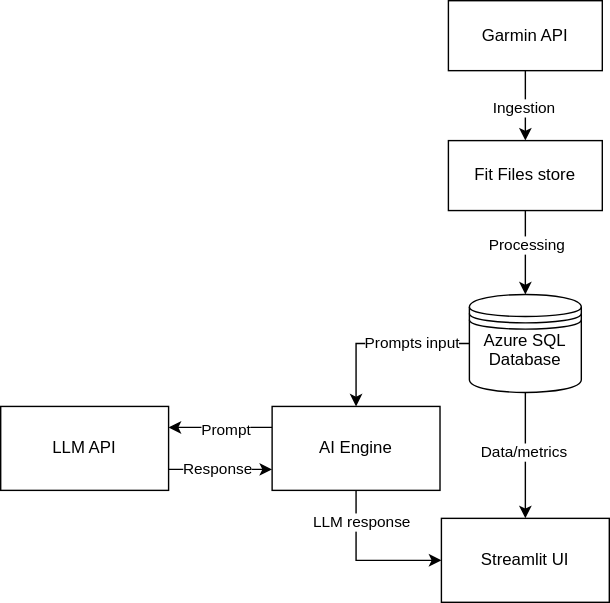
luksza5615/garmin-buddy keeps this draw.io diagram as docs/architecture.drawio.svg. Above is the earlier version. Source tidied: cells renumbered, new cells last; positions are measured from the earlier drawing's top-left corner, leaving out a move shared by most shapes.
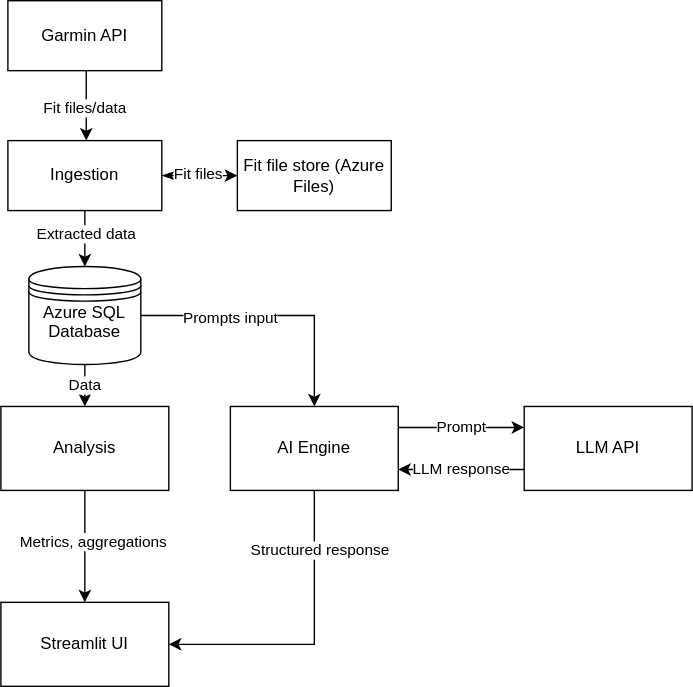
The same file after the commit.

The edit, as a diff of the source:
```diff
@@ -2,69 +2,81 @@
   <root>
     <mxCell id="0" />
     <mxCell id="1" parent="0" />
-    <mxCell id="2" style="edgeStyle=orthogonalEdgeStyle;rounded=0;jettySize=auto;html=1;" parent="1" edge="1" source="4" target="12">
-      <mxGeometry relative="1" as="geometry" />
+    <mxCell id="2" style="edgeStyle=orthogonalEdgeStyle;rounded=0;orthogonalLoop=1;jettySize=auto;html=1;" parent="1" edge="1">
+      <mxGeometry relative="1" as="geometry">
+        <mxPoint x="101" y="50" as="sourcePoint" />
+        <mxPoint x="101" y="100" as="targetPoint" />
+      </mxGeometry>
     </mxCell>
-    <mxCell id="3" value="Ingestion" style="edgeLabel;html=1;align=center;verticalAlign=middle;" parent="2" vertex="1">
+    <mxCell id="3" value="Fit files/data" style="edgeLabel;html=1;align=center;verticalAlign=middle;" parent="2" vertex="1">
       <mxGeometry x="0.04" y="-2" relative="1" as="geometry" />
     </mxCell>
     <mxCell id="4" value="Garmin API" style="html=1;whiteSpace=wrap;" parent="1" vertex="1">
-      <mxGeometry x="320" width="110" height="50" as="geometry" />
+      <mxGeometry x="45" width="110" height="50" as="geometry" />
     </mxCell>
-    <mxCell id="5" style="edgeStyle=orthogonalEdgeStyle;rounded=0;jettySize=auto;html=1;entryX=0.5;entryY=0;entryDx=0;entryDy=0;" parent="1" edge="1" source="9" target="13">
-      <mxGeometry relative="1" as="geometry" />
-    </mxCell>
-    <mxCell id="6" value="Data/metrics" style="edgeLabel;html=1;align=center;verticalAlign=middle;" parent="5" vertex="1">
-      <mxGeometry x="-0.07" y="-2" relative="1" as="geometry" />
-    </mxCell>
     <mxCell id="7" style="edgeStyle=orthogonalEdgeStyle;rounded=0;jettySize=auto;html=1;entryX=0.5;entryY=0;entryDx=0;entryDy=0;" parent="1" edge="1" source="9" target="18">
       <mxGeometry relative="1" as="geometry" />
     </mxCell>
     <mxCell id="8" value="Prompts input" style="edgeLabel;html=1;align=center;verticalAlign=middle;" parent="7" vertex="1">
       <mxGeometry x="-0.33" y="-1" relative="1" as="geometry" />
     </mxCell>
+    <mxCell id="22" value="Data" style="edgeStyle=none;html=1;" parent="1" edge="1" source="9" target="27">
+      <mxGeometry relative="1" as="geometry" />
+    </mxCell>
     <mxCell id="9" value="Azure SQL Database&lt;div&gt;&lt;br&gt;&lt;/div&gt;" style="shape=datastore;whiteSpace=wrap;html=1;" parent="1" vertex="1">
-      <mxGeometry x="335" y="210" width="80" height="70" as="geometry" />
+      <mxGeometry x="60" y="190" width="80" height="70" as="geometry" />
     </mxCell>
     <mxCell id="10" style="edgeStyle=orthogonalEdgeStyle;rounded=0;jettySize=auto;html=1;" parent="1" edge="1" source="12" target="9">
       <mxGeometry relative="1" as="geometry" />
     </mxCell>
-    <mxCell id="11" value="Processing" style="edgeLabel;html=1;align=center;verticalAlign=middle;" parent="10" vertex="1">
+    <mxCell id="11" value="Extracted data" style="edgeLabel;html=1;align=center;verticalAlign=middle;" parent="10" vertex="1">
       <mxGeometry x="-0.2" relative="1" as="geometry" />
     </mxCell>
+    <mxCell id="23" style="html=1;entryX=0;entryY=0.5;entryDx=0;entryDy=0;exitX=1;exitY=0.5;exitDx=0;exitDy=0;rounded=0;startArrow=classicThin;startFill=1;" parent="1" edge="1" source="12" target="28">
+      <mxGeometry relative="1" as="geometry" />
+    </mxCell>
+    <mxCell id="24" value="Fit files" style="edgeLabel;html=1;align=center;verticalAlign=middle;" parent="23" vertex="1">
+      <mxGeometry x="-0.62" y="2" relative="1" as="geometry">
+        <mxPoint x="15" as="offset" />
+      </mxGeometry>
+    </mxCell>
-    <mxCell id="12" value="Fit Files store" style="html=1;whiteSpace=wrap;" parent="1" vertex="1">
-      <mxGeometry x="320" y="100" width="110" height="50" as="geometry" />
+    <mxCell id="12" value="Ingestion" style="html=1;whiteSpace=wrap;" parent="1" vertex="1">
+      <mxGeometry x="45" y="100" width="110" height="50" as="geometry" />
     </mxCell>
     <mxCell id="13" value="Streamlit UI" style="rounded=0;whiteSpace=wrap;html=1;" parent="1" vertex="1">
-      <mxGeometry x="315" y="370" width="120" height="60" as="geometry" />
+      <mxGeometry x="40" y="430" width="120" height="60" as="geometry" />
     </mxCell>
-    <mxCell id="14" style="edgeStyle=orthogonalEdgeStyle;rounded=0;jettySize=auto;html=1;entryX=1;entryY=0.25;entryDx=0;entryDy=0;exitX=0;exitY=0.25;exitDx=0;exitDy=0;" parent="1" edge="1" source="18" target="21">
-      <mxGeometry relative="1" as="geometry" />
-    </mxCell>
-    <mxCell id="15" value="Prompt" style="edgeLabel;html=1;align=center;verticalAlign=middle;" parent="14" vertex="1">
-      <mxGeometry x="0.16" y="1" relative="1" as="geometry">
-        <mxPoint x="9" as="offset" />
-      </mxGeometry>
-    </mxCell>
-    <mxCell id="16" style="edgeStyle=orthogonalEdgeStyle;rounded=0;jettySize=auto;html=1;exitX=0.5;exitY=1;exitDx=0;exitDy=0;entryX=0;entryY=0.5;entryDx=0;entryDy=0;" parent="1" edge="1" source="18" target="13">
+    <mxCell id="16" style="edgeStyle=orthogonalEdgeStyle;rounded=0;jettySize=auto;html=1;exitX=0.5;exitY=1;exitDx=0;exitDy=0;entryX=1;entryY=0.5;entryDx=0;entryDy=0;" parent="1" edge="1" source="18" target="13">
       <mxGeometry relative="1" as="geometry" />
     </mxCell>
-    <mxCell id="17" value="LLM response" style="edgeLabel;html=1;align=center;verticalAlign=middle;" parent="16" vertex="1">
+    <mxCell id="17" value="Structured response" style="edgeLabel;html=1;align=center;verticalAlign=middle;" parent="16" vertex="1">
       <mxGeometry x="-0.6" y="3" relative="1" as="geometry" />
     </mxCell>
+    <mxCell id="15" value="Prompt" style="edgeStyle=none;html=1;exitX=1;exitY=0.25;exitDx=0;exitDy=0;entryX=0;entryY=0.25;entryDx=0;entryDy=0;" parent="1" edge="1" source="18" target="21">
+      <mxGeometry relative="1" as="geometry" />
+    </mxCell>
     <mxCell id="18" value="AI Engine" style="rounded=0;whiteSpace=wrap;html=1;" parent="1" vertex="1">
-      <mxGeometry x="194" y="290" width="120" height="60" as="geometry" />
+      <mxGeometry x="204" y="290" width="120" height="60" as="geometry" />
     </mxCell>
-    <mxCell id="19" style="edgeStyle=orthogonalEdgeStyle;rounded=0;jettySize=auto;html=1;exitX=1;exitY=0.75;exitDx=0;exitDy=0;entryX=0;entryY=0.75;entryDx=0;entryDy=0;" parent="1" edge="1" source="21" target="18">
+    <mxCell id="19" value="LLM response" style="edgeStyle=none;html=1;exitX=0;exitY=0.75;exitDx=0;exitDy=0;entryX=1;entryY=0.75;entryDx=0;entryDy=0;" parent="1" edge="1" source="21" target="18">
       <mxGeometry relative="1" as="geometry" />
     </mxCell>
-    <mxCell id="20" value="Response" style="edgeLabel;html=1;align=center;verticalAlign=middle;" parent="19" vertex="1">
-      <mxGeometry x="-0.28" y="1" relative="1" as="geometry">
-        <mxPoint x="7" as="offset" />
-      </mxGeometry>
-    </mxCell>
     <mxCell id="21" value="LLM API" style="rounded=0;whiteSpace=wrap;html=1;" parent="1" vertex="1">
-      <mxGeometry y="290" width="120" height="60" as="geometry" />
+      <mxGeometry x="414" y="290" width="120" height="60" as="geometry" />
     </mxCell>
+    <mxCell id="25" style="edgeStyle=none;html=1;entryX=0.5;entryY=0;entryDx=0;entryDy=0;" parent="1" edge="1" source="27" target="13">
+      <mxGeometry relative="1" as="geometry" />
+    </mxCell>
+    <mxCell id="26" value="Metrics, aggregations" style="edgeLabel;html=1;align=center;verticalAlign=middle;" parent="25" vertex="1">
+      <mxGeometry x="-0.29" y="-3" relative="1" as="geometry">
+        <mxPoint x="8" y="8" as="offset" />
+      </mxGeometry>
+    </mxCell>
+    <mxCell id="27" value="Analysis" style="rounded=0;whiteSpace=wrap;html=1;" parent="1" vertex="1">
+      <mxGeometry x="40" y="290" width="120" height="60" as="geometry" />
+    </mxCell>
+    <mxCell id="28" value="Fit file store (Azure Files)" style="html=1;whiteSpace=wrap;" parent="1" vertex="1">
+      <mxGeometry x="209" y="100" width="110" height="50" as="geometry" />
+    </mxCell>
   </root>
 </mxGraphModel>
```
